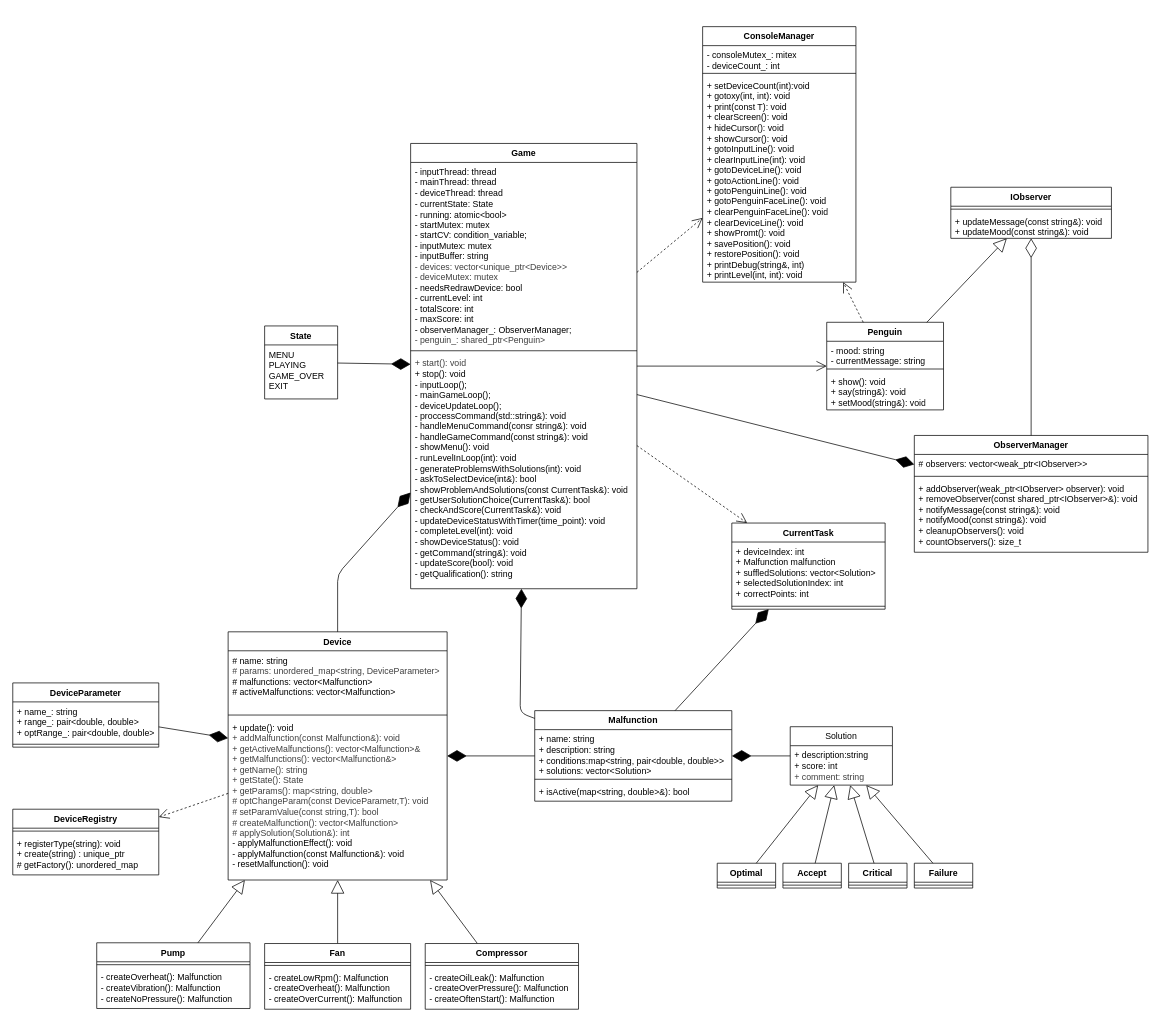
Earlier version of the draw.io diagram docs/diagram.drawio (MARGO0901/otus-finalproject). Source tidied: cells renumbered, new cells numbered last; positions are measured from the earlier drawing's top-left corner, leaving out a move shared by most shapes. Both pictures are drawn from the tidied source at 73%, with x=0, y=0 at pixel (12, 26).
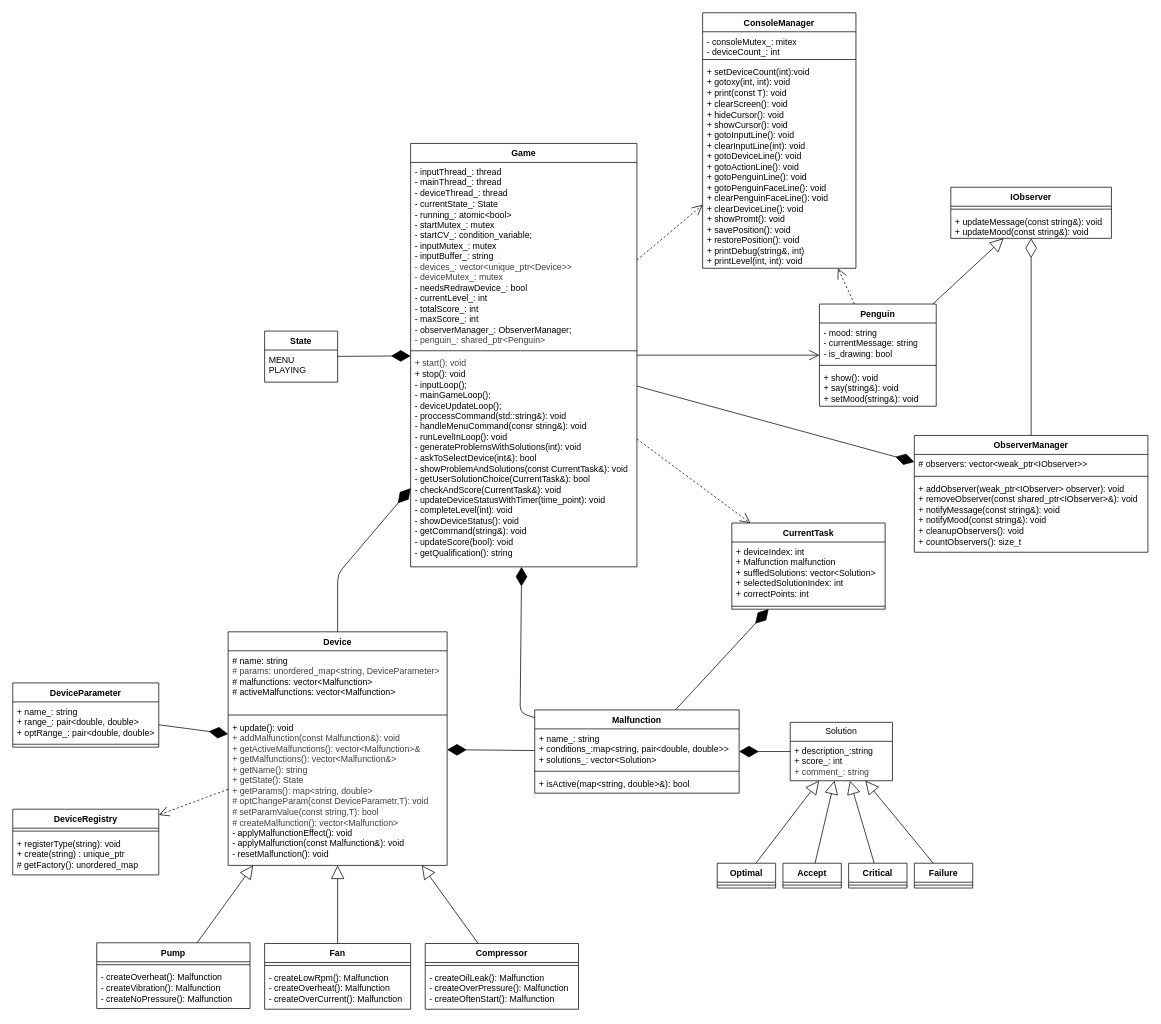
The same diagram, later.

Diff of the diagram source:
```diff
@@
     <mxCell id="2" value="Game" style="swimlane;fontStyle=1;align=center;verticalAlign=top;horizontal=1;startSize=26;whiteSpace=wrap;html=1;" parent="1" vertex="1">
-      <mxGeometry x="545" y="160" width="310" height="610" as="geometry" />
+      <mxGeometry x="545" y="160" width="310" height="580" as="geometry" />
     </mxCell>
-    <mxCell id="3" value="&lt;div&gt;- inputThread: thread&lt;/div&gt;&lt;div&gt;- mainThread: thread&lt;/div&gt;&lt;div&gt;- deviceThread: thread&lt;/div&gt;&lt;div&gt;- currentState: State&lt;/div&gt;&lt;div&gt;- running: atomic&amp;lt;bool&amp;gt;&lt;/div&gt;&lt;div&gt;- startMutex: mutex&lt;/div&gt;&lt;div&gt;- startCV: condition_variable;&lt;/div&gt;&lt;div&gt;- inputMutex: mutex&lt;/div&gt;&lt;div&gt;- inputBuffer: string&lt;/div&gt;&lt;div&gt;&lt;span style=&quot;color: rgb(63, 63, 63);&quot;&gt;- devices:&amp;nbsp;&lt;/span&gt;&lt;span style=&quot;scrollbar-color: rgb(226, 226, 226) rgb(251, 251, 251); background-color: transparent; color: rgb(63, 63, 63);&quot;&gt;vector&amp;lt;unique_ptr&amp;lt;Device&amp;gt;&amp;gt;&lt;/span&gt;&lt;/div&gt;&lt;div&gt;&lt;span style=&quot;scrollbar-color: rgb(226, 226, 226) rgb(251, 251, 251); background-color: transparent; color: rgb(63, 63, 63);&quot;&gt;- deviceMutex: mutex&lt;/span&gt;&lt;/div&gt;&lt;div&gt;- needsRedrawDevice: bool&lt;/div&gt;- currentLevel: int&lt;div&gt;- totalScore: int&lt;/div&gt;&lt;div&gt;- maxScore: int&lt;/div&gt;&lt;div&gt;- observerManager_: ObserverManager;&lt;/div&gt;&lt;div&gt;&lt;span style=&quot;color: rgb(63, 63, 63); background-color: transparent;&quot;&gt;- penguin_: shared_ptr&amp;lt;Penguin&amp;gt;&lt;/span&gt;&lt;/div&gt;&lt;div&gt;&lt;br&gt;&lt;/div&gt;" style="text;strokeColor=none;fillColor=none;align=left;verticalAlign=top;spacingLeft=4;spacingRight=4;overflow=hidden;whiteSpace=wrap;html=1;" parent="2" vertex="1">
+    <mxCell id="3" value="&lt;div&gt;- inputThread_: thread&lt;/div&gt;&lt;div&gt;- mainThread_: thread&lt;/div&gt;&lt;div&gt;- deviceThread_: thread&lt;/div&gt;&lt;div&gt;- currentState_: State&lt;/div&gt;&lt;div&gt;- running_: atomic&amp;lt;bool&amp;gt;&lt;/div&gt;&lt;div&gt;- startMutex_: mutex&lt;/div&gt;&lt;div&gt;- startCV_: condition_variable;&lt;/div&gt;&lt;div&gt;- inputMutex_: mutex&lt;/div&gt;&lt;div&gt;- inputBuffer_: string&lt;/div&gt;&lt;div&gt;&lt;span style=&quot;color: rgb(63, 63, 63);&quot;&gt;- devices_:&amp;nbsp;&lt;/span&gt;&lt;span style=&quot;scrollbar-color: rgb(226, 226, 226) rgb(251, 251, 251); background-color: transparent; color: rgb(63, 63, 63);&quot;&gt;vector&amp;lt;unique_ptr&amp;lt;Device&amp;gt;&amp;gt;&lt;/span&gt;&lt;/div&gt;&lt;div&gt;&lt;span style=&quot;scrollbar-color: rgb(226, 226, 226) rgb(251, 251, 251); background-color: transparent; color: rgb(63, 63, 63);&quot;&gt;- deviceMutex_: mutex&lt;/span&gt;&lt;/div&gt;&lt;div&gt;- needsRedrawDevice_: bool&lt;/div&gt;- currentLevel_: int&lt;div&gt;- totalScore_: int&lt;/div&gt;&lt;div&gt;- maxScore_: int&lt;/div&gt;&lt;div&gt;- observerManager_: ObserverManager;&lt;/div&gt;&lt;div&gt;&lt;span style=&quot;color: rgb(63, 63, 63); background-color: transparent;&quot;&gt;- penguin_: shared_ptr&amp;lt;Penguin&amp;gt;&lt;/span&gt;&lt;/div&gt;&lt;div&gt;&lt;br&gt;&lt;/div&gt;" style="text;strokeColor=none;fillColor=none;align=left;verticalAlign=top;spacingLeft=4;spacingRight=4;overflow=hidden;whiteSpace=wrap;html=1;" parent="2" vertex="1">
       <mxGeometry y="26" width="310" height="254" as="geometry" />
     </mxCell>
@@
-    <mxCell id="5" value="&lt;div&gt;&lt;span style=&quot;color: rgb(63, 63, 63); background-color: transparent;&quot;&gt;+ start(): void&lt;/span&gt;&lt;/div&gt;&lt;div&gt;+ stop(): void&lt;/div&gt;&lt;div&gt;- inputLoop();&lt;/div&gt;&lt;div&gt;- mainGameLoop();&lt;/div&gt;&lt;div&gt;- deviceUpdateLoop();&lt;/div&gt;&lt;div&gt;- proccessCommand(std::string&amp;amp;): void&lt;/div&gt;&lt;div&gt;- handleMenuCommand(consr string&amp;amp;): void&lt;/div&gt;&lt;div&gt;- handleGameCommand(const string&amp;amp;): void&lt;/div&gt;&lt;div&gt;- showMenu(): void&lt;/div&gt;- runLevelInLoop(int): void&lt;div&gt;- generateProblemsWithSolutions(int): void&lt;/div&gt;&lt;div&gt;-&amp;nbsp;askToSelectDevice(int&amp;amp;): bool&lt;/div&gt;&lt;div&gt;-&amp;nbsp;showProblemAndSolutions(const CurrentTask&amp;amp;): void&lt;/div&gt;&lt;div&gt;-&amp;nbsp;getUserSolutionChoice(CurrentTask&amp;amp;): bool&lt;/div&gt;&lt;div&gt;-&amp;nbsp;checkAndScore(CurrentTask&amp;amp;): void&lt;/div&gt;&lt;div&gt;-&amp;nbsp;updateDeviceStatusWithTimer(time_point): void&lt;/div&gt;&lt;div&gt;-&amp;nbsp;completeLevel(int): void&lt;/div&gt;&lt;div&gt;- showDeviceStatus(): void&lt;/div&gt;&lt;div&gt;- getCommand(string&amp;amp;): void&lt;/div&gt;&lt;div&gt;- updateScore(bool): void&lt;/div&gt;&lt;div&gt;- getQualification(): string&lt;/div&gt;" style="text;strokeColor=none;fillColor=none;align=left;verticalAlign=top;spacingLeft=4;spacingRight=4;overflow=hidden;whiteSpace=wrap;html=1;" parent="2" vertex="1">
-      <mxGeometry y="288" width="310" height="322" as="geometry" />
+    <mxCell id="5" value="&lt;div&gt;&lt;span style=&quot;color: rgb(63, 63, 63); background-color: transparent;&quot;&gt;+ start(): void&lt;/span&gt;&lt;/div&gt;&lt;div&gt;+ stop(): void&lt;/div&gt;&lt;div&gt;- inputLoop();&lt;/div&gt;&lt;div&gt;- mainGameLoop();&lt;/div&gt;&lt;div&gt;- deviceUpdateLoop();&lt;/div&gt;&lt;div&gt;- proccessCommand(std::string&amp;amp;): void&lt;/div&gt;&lt;div&gt;- handleMenuCommand(consr string&amp;amp;): void&lt;/div&gt;- runLevelInLoop(): void&lt;div&gt;- generateProblemsWithSolutions(int): void&lt;/div&gt;&lt;div&gt;-&amp;nbsp;askToSelectDevice(int&amp;amp;): bool&lt;/div&gt;&lt;div&gt;-&amp;nbsp;showProblemAndSolutions(const CurrentTask&amp;amp;): void&lt;/div&gt;&lt;div&gt;-&amp;nbsp;getUserSolutionChoice(CurrentTask&amp;amp;): bool&lt;/div&gt;&lt;div&gt;-&amp;nbsp;checkAndScore(CurrentTask&amp;amp;): void&lt;/div&gt;&lt;div&gt;-&amp;nbsp;updateDeviceStatusWithTimer(time_point): void&lt;/div&gt;&lt;div&gt;-&amp;nbsp;completeLevel(int): void&lt;/div&gt;&lt;div&gt;- showDeviceStatus(): void&lt;/div&gt;&lt;div&gt;- getCommand(string&amp;amp;): void&lt;/div&gt;&lt;div&gt;- updateScore(bool): void&lt;/div&gt;&lt;div&gt;- getQualification(): string&lt;/div&gt;" style="text;strokeColor=none;fillColor=none;align=left;verticalAlign=top;spacingLeft=4;spacingRight=4;overflow=hidden;whiteSpace=wrap;html=1;" parent="2" vertex="1">
+      <mxGeometry y="288" width="310" height="292" as="geometry" />
     </mxCell>
     <mxCell id="6" value="Device" style="swimlane;fontStyle=1;align=center;verticalAlign=top;horizontal=1;startSize=26;whiteSpace=wrap;html=1;" parent="1" vertex="1">
-      <mxGeometry x="295" y="829" width="300" height="340" as="geometry" />
+      <mxGeometry x="295" y="829" width="300" height="320" as="geometry" />
     </mxCell>
@@
-    <mxCell id="9" value="&lt;div&gt;&lt;span style=&quot;color: rgb(0, 0, 0);&quot;&gt;+ update(): void&lt;/span&gt;&lt;/div&gt;&lt;div&gt;&lt;span style=&quot;color: rgb(63, 63, 63);&quot;&gt;+ addMalfunction(const Malfunction&amp;amp;): void&lt;/span&gt;&lt;span style=&quot;color: rgb(0, 0, 0);&quot;&gt;&lt;/span&gt;&lt;/div&gt;&lt;div&gt;&lt;span style=&quot;color: rgb(63, 63, 63);&quot;&gt;+ getActiveMalfunctions(): vector&amp;lt;Malfunction&amp;gt;&amp;amp;&lt;/span&gt;&lt;span style=&quot;color: rgb(63, 63, 63);&quot;&gt;&lt;/span&gt;&lt;/div&gt;&lt;div&gt;&lt;span style=&quot;color: rgb(63, 63, 63);&quot;&gt;+ getMalfunctions(): vector&amp;lt;Malfunction&amp;amp;&amp;gt;&lt;/span&gt;&lt;/div&gt;&lt;div&gt;&lt;span style=&quot;color: rgb(63, 63, 63);&quot;&gt;+ getName(): string&lt;/span&gt;&lt;span style=&quot;color: rgb(63, 63, 63);&quot;&gt;&lt;/span&gt;&lt;/div&gt;&lt;div&gt;&lt;div style=&quot;color: rgb(63, 63, 63); scrollbar-color: rgb(226, 226, 226) rgb(251, 251, 251);&quot;&gt;+ getState(): State&lt;/div&gt;&lt;div style=&quot;color: rgb(63, 63, 63); scrollbar-color: rgb(226, 226, 226) rgb(251, 251, 251);&quot;&gt;+ getParams(): map&amp;lt;string, double&amp;gt;&amp;nbsp;&lt;/div&gt;&lt;/div&gt;&lt;div style=&quot;color: rgb(63, 63, 63); scrollbar-color: rgb(226, 226, 226) rgb(251, 251, 251);&quot;&gt;&lt;div style=&quot;color: rgb(63, 63, 63); scrollbar-color: rgb(226, 226, 226) rgb(251, 251, 251);&quot;&gt;# optChangeParam(const DeviceParametr,T): void&lt;/div&gt;&lt;div style=&quot;color: rgb(63, 63, 63); scrollbar-color: rgb(226, 226, 226) rgb(251, 251, 251);&quot;&gt;# setParamValue(const string,T): bool&lt;/div&gt;&lt;/div&gt;&lt;div&gt;&lt;span style=&quot;color: rgb(63, 63, 63);&quot;&gt;# createMalfunction(): vector&amp;lt;Malfunction&amp;gt;&lt;/span&gt;&lt;/div&gt;&lt;div&gt;&lt;span style=&quot;color: rgb(63, 63, 63);&quot;&gt;# applySolution(Solution&amp;amp;): int&lt;/span&gt;&lt;/div&gt;&lt;div&gt;- applyMalfunctionEffect(): void&lt;/div&gt;&lt;div&gt;- applyMalfunction(const Malfunction&amp;amp;): void&lt;/div&gt;&lt;div&gt;- resetMalfunction(): void&lt;/div&gt;&lt;div&gt;&lt;br&gt;&lt;/div&gt;" style="text;strokeColor=none;fillColor=none;align=left;verticalAlign=top;spacingLeft=4;spacingRight=4;overflow=hidden;whiteSpace=wrap;html=1;" parent="6" vertex="1">
-      <mxGeometry y="118" width="300" height="222" as="geometry" />
+    <mxCell id="9" value="&lt;div&gt;&lt;span style=&quot;color: rgb(0, 0, 0);&quot;&gt;+ update(): void&lt;/span&gt;&lt;/div&gt;&lt;div&gt;&lt;span style=&quot;color: rgb(63, 63, 63);&quot;&gt;+ addMalfunction(const Malfunction&amp;amp;): void&lt;/span&gt;&lt;span style=&quot;color: rgb(0, 0, 0);&quot;&gt;&lt;/span&gt;&lt;/div&gt;&lt;div&gt;&lt;span style=&quot;color: rgb(63, 63, 63);&quot;&gt;+ getActiveMalfunctions(): vector&amp;lt;Malfunction&amp;gt;&amp;amp;&lt;/span&gt;&lt;span style=&quot;color: rgb(63, 63, 63);&quot;&gt;&lt;/span&gt;&lt;/div&gt;&lt;div&gt;&lt;span style=&quot;color: rgb(63, 63, 63);&quot;&gt;+ getMalfunctions(): vector&amp;lt;Malfunction&amp;amp;&amp;gt;&lt;/span&gt;&lt;/div&gt;&lt;div&gt;&lt;span style=&quot;color: rgb(63, 63, 63);&quot;&gt;+ getName(): string&lt;/span&gt;&lt;span style=&quot;color: rgb(63, 63, 63);&quot;&gt;&lt;/span&gt;&lt;/div&gt;&lt;div&gt;&lt;div style=&quot;color: rgb(63, 63, 63); scrollbar-color: rgb(226, 226, 226) rgb(251, 251, 251);&quot;&gt;+ getState(): State&lt;/div&gt;&lt;div style=&quot;color: rgb(63, 63, 63); scrollbar-color: rgb(226, 226, 226) rgb(251, 251, 251);&quot;&gt;+ getParams(): map&amp;lt;string, double&amp;gt;&amp;nbsp;&lt;/div&gt;&lt;/div&gt;&lt;div style=&quot;color: rgb(63, 63, 63); scrollbar-color: rgb(226, 226, 226) rgb(251, 251, 251);&quot;&gt;&lt;div style=&quot;color: rgb(63, 63, 63); scrollbar-color: rgb(226, 226, 226) rgb(251, 251, 251);&quot;&gt;# optChangeParam(const DeviceParametr,T): void&lt;/div&gt;&lt;div style=&quot;color: rgb(63, 63, 63); scrollbar-color: rgb(226, 226, 226) rgb(251, 251, 251);&quot;&gt;# setParamValue(const string,T): bool&lt;/div&gt;&lt;/div&gt;&lt;div&gt;&lt;span style=&quot;color: rgb(63, 63, 63);&quot;&gt;# createMalfunction(): vector&amp;lt;Malfunction&amp;gt;&lt;/span&gt;&lt;/div&gt;&lt;div&gt;- applyMalfunctionEffect(): void&lt;/div&gt;&lt;div&gt;- applyMalfunction(const Malfunction&amp;amp;): void&lt;/div&gt;&lt;div&gt;- resetMalfunction(): void&lt;/div&gt;&lt;div&gt;&lt;br&gt;&lt;/div&gt;" style="text;strokeColor=none;fillColor=none;align=left;verticalAlign=top;spacingLeft=4;spacingRight=4;overflow=hidden;whiteSpace=wrap;html=1;" parent="6" vertex="1">
+      <mxGeometry y="118" width="300" height="202" as="geometry" />
     </mxCell>
@@
     <mxCell id="17" value="Malfunction" style="swimlane;fontStyle=1;align=center;verticalAlign=top;horizontal=1;startSize=26;whiteSpace=wrap;html=1;" parent="1" vertex="1">
-      <mxGeometry x="715" y="937" width="270" height="124" as="geometry" />
+      <mxGeometry x="715" y="936" width="280" height="114" as="geometry" />
     </mxCell>
-    <mxCell id="18" value="+ name: string&lt;div&gt;+ description: string&lt;/div&gt;&lt;div&gt;+ conditions:map&amp;lt;string, pair&amp;lt;double, double&amp;gt;&amp;gt;&lt;/div&gt;&lt;div&gt;+ solutions: vector&amp;lt;Solution&amp;gt;&lt;/div&gt;" style="text;strokeColor=none;fillColor=none;align=left;verticalAlign=top;spacingLeft=4;spacingRight=4;overflow=hidden;whiteSpace=wrap;html=1;" parent="17" vertex="1">
-      <mxGeometry y="26" width="270" height="64" as="geometry" />
+    <mxCell id="18" value="+ name_: string&lt;div&gt;+ conditions_:map&amp;lt;string, pair&amp;lt;double, double&amp;gt;&amp;gt;&lt;/div&gt;&lt;div&gt;+ solutions_: vector&amp;lt;Solution&amp;gt;&lt;/div&gt;" style="text;strokeColor=none;fillColor=none;align=left;verticalAlign=top;spacingLeft=4;spacingRight=4;overflow=hidden;whiteSpace=wrap;html=1;" parent="17" vertex="1">
+      <mxGeometry y="26" width="280" height="54" as="geometry" />
     </mxCell>
     <mxCell id="19" style="line;strokeWidth=1;fillColor=none;align=left;verticalAlign=middle;spacingTop=-1;spacingLeft=3;spacingRight=3;labelPosition=right;strokeColor=inherit;" parent="17" vertex="1">
-      <mxGeometry y="90" width="270" height="8" as="geometry" />
+      <mxGeometry y="80" width="280" height="8" as="geometry" />
     </mxCell>
     <mxCell id="20" value="+ isActive(map&amp;lt;string, double&amp;gt;&amp;amp;): bool" style="text;strokeColor=none;fillColor=none;align=left;verticalAlign=top;spacingLeft=4;spacingRight=4;overflow=hidden;whiteSpace=wrap;html=1;" parent="17" vertex="1">
-      <mxGeometry y="98" width="270" height="26" as="geometry" />
+      <mxGeometry y="88" width="280" height="26" as="geometry" />
     </mxCell>
     <mxCell id="21" value="Solution" style="swimlane;fontStyle=0;horizontal=1;startSize=26;fillColor=none;whiteSpace=wrap;html=1;" parent="1" vertex="1">
-      <mxGeometry x="1065" y="959" width="140" height="80" as="geometry" />
+      <mxGeometry x="1065" y="953" width="140" height="80" as="geometry" />
     </mxCell>
-    <mxCell id="22" value="+ description:string&lt;div&gt;+ score: int&lt;div style=&quot;color: rgb(63, 63, 63); scrollbar-color: rgb(226, 226, 226) rgb(251, 251, 251);&quot;&gt;+ comment: string&lt;/div&gt;&lt;/div&gt;" style="text;strokeColor=none;fillColor=none;align=left;verticalAlign=top;spacingLeft=4;spacingRight=4;overflow=hidden;whiteSpace=wrap;html=1;" parent="21" vertex="1">
+    <mxCell id="22" value="+ description_:string&lt;div&gt;+ score_: int&lt;div style=&quot;color: rgb(63, 63, 63); scrollbar-color: rgb(226, 226, 226) rgb(251, 251, 251);&quot;&gt;+ comment_: string&lt;/div&gt;&lt;/div&gt;" style="text;strokeColor=none;fillColor=none;align=left;verticalAlign=top;spacingLeft=4;spacingRight=4;overflow=hidden;whiteSpace=wrap;html=1;" parent="21" vertex="1">
       <mxGeometry y="26" width="140" height="54" as="geometry" />
     </mxCell>
@@
     <mxCell id="25" value="Penguin" style="swimlane;fontStyle=1;align=center;verticalAlign=top;horizontal=1;startSize=26;whiteSpace=wrap;html=1;" parent="1" vertex="1">
-      <mxGeometry x="1115" y="405" width="160" height="120" as="geometry" />
+      <mxGeometry x="1105" y="380" width="160" height="140" as="geometry" />
     </mxCell>
-    <mxCell id="26" value="- mood: string&lt;div&gt;- currentMessage: string&lt;/div&gt;" style="text;strokeColor=none;fillColor=none;align=left;verticalAlign=top;spacingLeft=4;spacingRight=4;overflow=hidden;whiteSpace=wrap;html=1;" parent="25" vertex="1">
-      <mxGeometry y="26" width="160" height="34" as="geometry" />
+    <mxCell id="26" value="- mood: string&lt;div&gt;- currentMessage: string&lt;/div&gt;&lt;div&gt;- is_drawing: bool&lt;/div&gt;" style="text;strokeColor=none;fillColor=none;align=left;verticalAlign=top;spacingLeft=4;spacingRight=4;overflow=hidden;whiteSpace=wrap;html=1;" parent="25" vertex="1">
+      <mxGeometry y="26" width="160" height="54" as="geometry" />
     </mxCell>
     <mxCell id="27" style="line;strokeWidth=1;fillColor=none;align=left;verticalAlign=middle;spacingTop=-1;spacingLeft=3;spacingRight=3;labelPosition=right;strokeColor=inherit;" parent="25" vertex="1">
-      <mxGeometry y="60" width="160" height="8" as="geometry" />
+      <mxGeometry y="80" width="160" height="8" as="geometry" />
     </mxCell>
     <mxCell id="28" value="+ show(): void&lt;div&gt;+ say(string&amp;amp;): void&lt;/div&gt;&lt;div&gt;+ setMood(string&amp;amp;): void&lt;/div&gt;" style="text;strokeColor=none;fillColor=none;align=left;verticalAlign=top;spacingLeft=4;spacingRight=4;overflow=hidden;whiteSpace=wrap;html=1;" parent="25" vertex="1">
-      <mxGeometry y="68" width="160" height="52" as="geometry" />
+      <mxGeometry y="88" width="160" height="52" as="geometry" />
     </mxCell>
@@
     <mxCell id="52" value="ConsoleManager" style="swimlane;fontStyle=1;align=center;verticalAlign=top;horizontal=1;startSize=26;whiteSpace=wrap;html=1;" parent="1" vertex="1">
-      <mxGeometry x="945" width="210" height="350" as="geometry" />
+      <mxGeometry x="945" y="-19" width="210" height="350" as="geometry" />
     </mxCell>
@@
     <mxCell id="58" value="State" style="swimlane;fontStyle=1;align=center;verticalAlign=top;horizontal=1;startSize=26;whiteSpace=wrap;html=1;" parent="1" vertex="1">
-      <mxGeometry x="345" y="410" width="100" height="100" as="geometry" />
+      <mxGeometry x="345" y="417" width="100" height="70" as="geometry" />
     </mxCell>
-    <mxCell id="59" value="MENU&lt;div&gt;PLAYING&lt;/div&gt;&lt;div&gt;GAME_OVER&lt;/div&gt;&lt;div&gt;EXIT&lt;/div&gt;" style="text;strokeColor=none;fillColor=none;align=left;verticalAlign=top;spacingLeft=4;spacingRight=4;overflow=hidden;whiteSpace=wrap;html=1;" parent="58" vertex="1">
-      <mxGeometry y="26" width="100" height="74" as="geometry" />
+    <mxCell id="59" value="MENU&lt;div&gt;PLAYING&lt;/div&gt;" style="text;strokeColor=none;fillColor=none;align=left;verticalAlign=top;spacingLeft=4;spacingRight=4;overflow=hidden;whiteSpace=wrap;html=1;" parent="58" vertex="1">
+      <mxGeometry y="26" width="100" height="44" as="geometry" />
     </mxCell>
```
